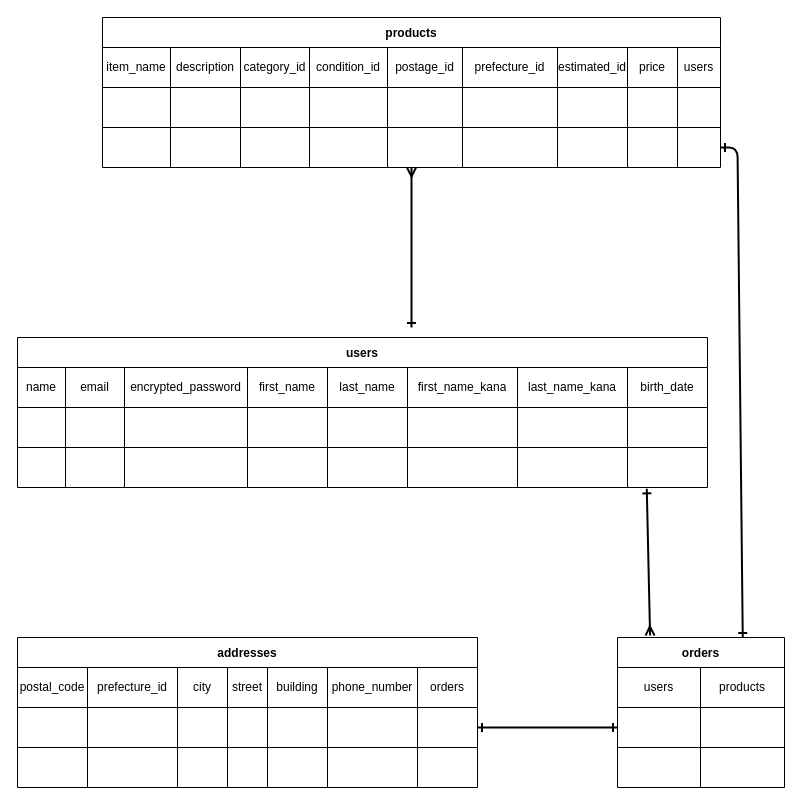
meccheruda/furima-39347 keeps this draw.io diagram as DB.dio. Above is the earlier version. Source tidied: cells renumbered, new cells numbered last; positions are measured from the earlier drawing's top-left corner, leaving out a move shared by most shapes. Both pictures are drawn from the tidied source at 100%, with x=0, y=0 at pixel (17, 17).
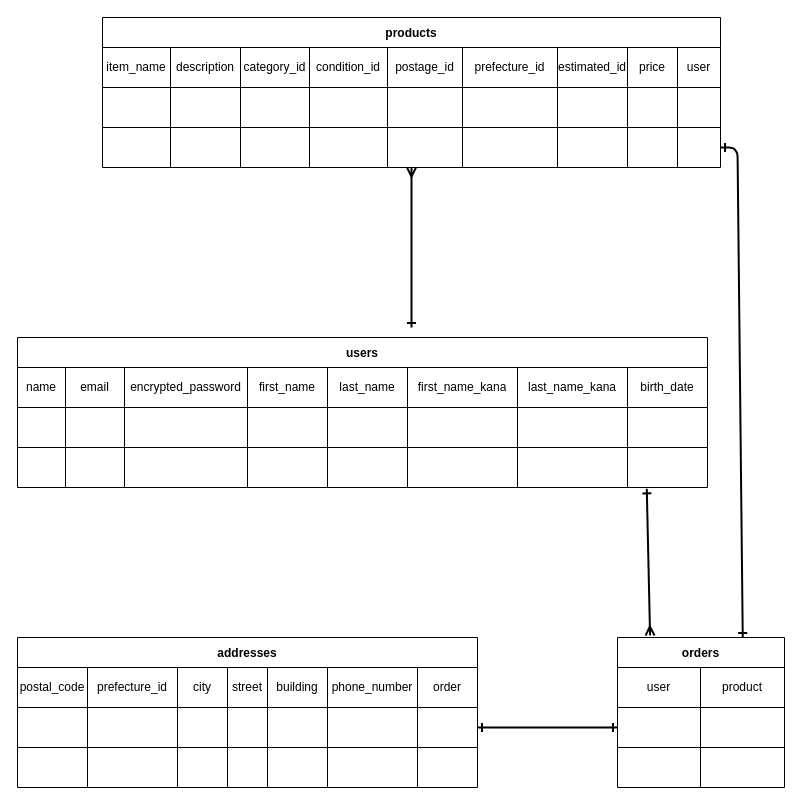
After the change.

Unchanged cells that the change refers to:
```xml
<mxCell id="3" style="shape=tableRow;horizontal=0;startSize=0;swimlaneHead=0;swimlaneBody=0;top=0;left=0;bottom=0;right=0;fillColor=none;" parent="2" vertex="1">
  <mxGeometry y="30" width="460" height="40" as="geometry" />
</mxCell>
<mxCell id="57" style="shape=tableRow;horizontal=0;startSize=0;swimlaneHead=0;swimlaneBody=0;top=0;left=0;bottom=0;right=0;fillColor=none;" parent="56" vertex="1">
  <mxGeometry y="30" width="618" height="40" as="geometry" />
</mxCell>
<mxCell id="89" style="shape=tableRow;horizontal=0;startSize=0;swimlaneHead=0;swimlaneBody=0;top=0;left=0;bottom=0;right=0;fillColor=none;" parent="88" vertex="1">
  <mxGeometry y="30" width="167" height="40" as="geometry" />
</mxCell>
```

The edit, as a diff of the source:
```diff
@@
-    <mxCell id="10" value="orders" style="shape=partialRectangle;html=1;whiteSpace=wrap;fillColor=none;top=0;left=0;bottom=0;right=0;overflow=hidden;" parent="3" vertex="1">
+    <mxCell id="10" value="order" style="shape=partialRectangle;html=1;whiteSpace=wrap;fillColor=none;top=0;left=0;bottom=0;right=0;overflow=hidden;" parent="3" vertex="1">
       <mxGeometry x="400" width="60" height="40" as="geometry" />
     </mxCell>
@@
-    <mxCell id="66" value="users" style="shape=partialRectangle;html=1;whiteSpace=wrap;fillColor=none;top=0;left=0;bottom=0;right=0;overflow=hidden;" parent="57" vertex="1">
+    <mxCell id="66" value="user" style="shape=partialRectangle;html=1;whiteSpace=wrap;fillColor=none;top=0;left=0;bottom=0;right=0;overflow=hidden;" parent="57" vertex="1">
       <mxGeometry x="575" width="43" height="40" as="geometry" />
     </mxCell>
@@
-    <mxCell id="90" value="users" style="shape=partialRectangle;html=1;whiteSpace=wrap;fillColor=none;top=0;left=0;bottom=0;right=0;overflow=hidden;" parent="89" vertex="1">
+    <mxCell id="90" value="user" style="shape=partialRectangle;html=1;whiteSpace=wrap;fillColor=none;top=0;left=0;bottom=0;right=0;overflow=hidden;" parent="89" vertex="1">
       <mxGeometry width="83" height="40" as="geometry" />
     </mxCell>
-    <mxCell id="91" value="products" style="shape=partialRectangle;html=1;whiteSpace=wrap;fillColor=none;top=0;left=0;bottom=0;right=0;overflow=hidden;" parent="89" vertex="1">
+    <mxCell id="91" value="product" style="shape=partialRectangle;html=1;whiteSpace=wrap;fillColor=none;top=0;left=0;bottom=0;right=0;overflow=hidden;" parent="89" vertex="1">
       <mxGeometry x="83" width="84" height="40" as="geometry" />
     </mxCell>
```
